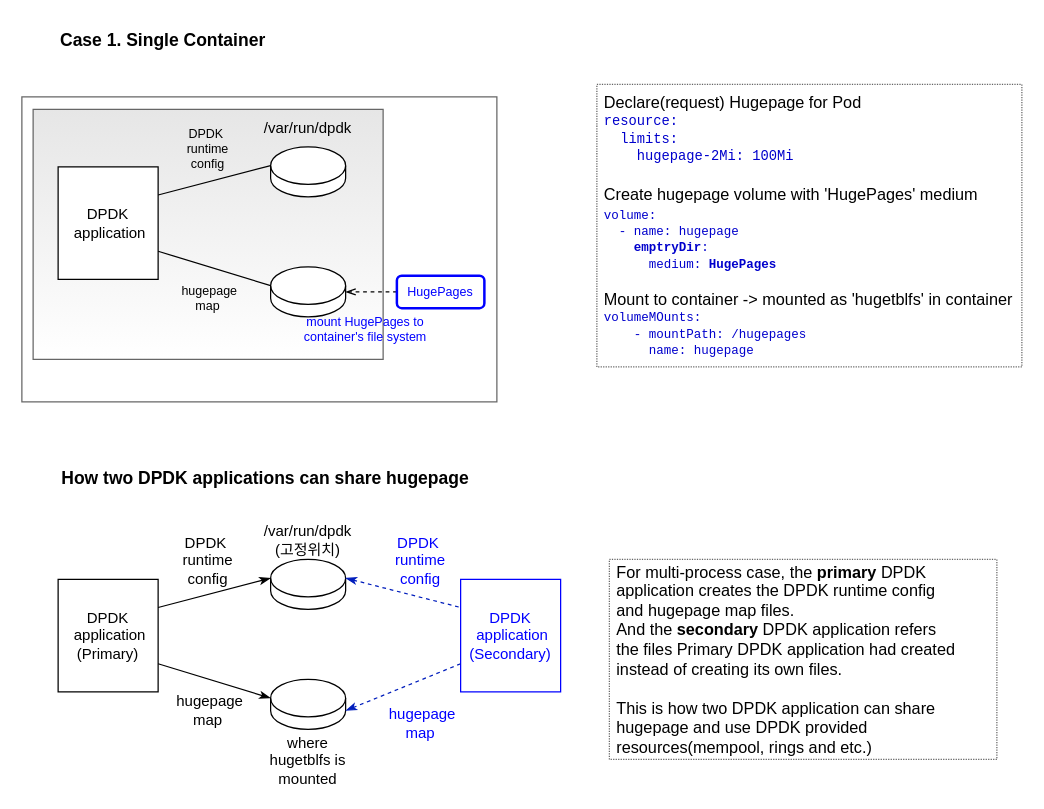
This is page "How to run DPDK in a k8s" (3 of 3) of dpdk multi-process.drawio from cychong47/how-to-share-hugepage-in-k8s, a draw.io file, before an edit. Source tidied: cells renumbered, new cells numbered last; positions are measured from the earlier drawing's top-left corner, leaving out a move shared by most shapes. Both pictures are drawn from the tidied source at 125%, with x=0, y=0 at pixel (21, 21).
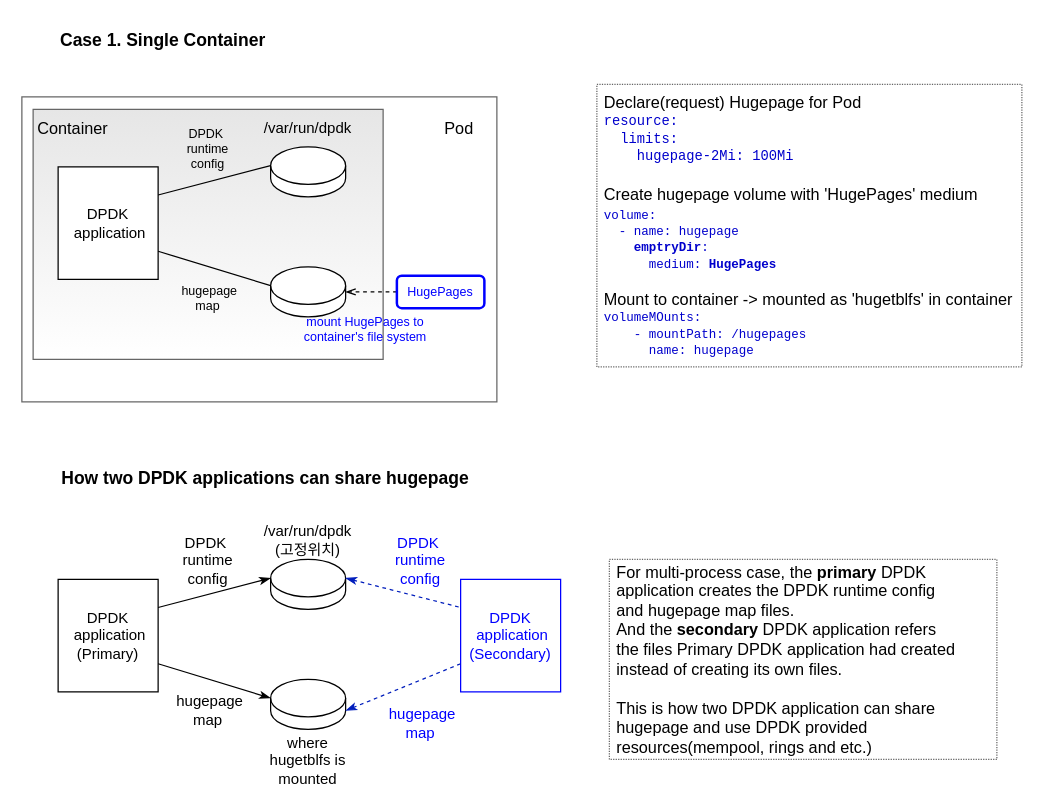
The same diagram, later.

Commit message:
Add single-container case in k8s

Diff of the diagram source:
```diff
@@
+    <mxCell id="33" value="&lt;font face=&quot;Helvetica&quot; color=&quot;#000000&quot; size=&quot;1&quot;&gt;&lt;span style=&quot;font-size: 13px&quot;&gt;Pod&lt;/span&gt;&lt;/font&gt;" style="text;html=1;strokeColor=none;fillColor=none;align=center;verticalAlign=middle;whiteSpace=wrap;rounded=0;shadow=1;glass=0;sketch=0;fontFamily=Courier New;fontSize=10;fontColor=#0000CC;" parent="1" vertex="1">
+      <mxGeometry x="320" y="70" width="60" height="30" as="geometry" />
+    </mxCell>
+    <mxCell id="34" value="&lt;font face=&quot;Helvetica&quot; color=&quot;#000000&quot; size=&quot;1&quot;&gt;&lt;span style=&quot;font-size: 13px&quot;&gt;Container&lt;/span&gt;&lt;/font&gt;" style="text;html=1;strokeColor=none;fillColor=none;align=center;verticalAlign=middle;whiteSpace=wrap;rounded=0;shadow=1;glass=0;sketch=0;fontFamily=Courier New;fontSize=10;fontColor=#0000CC;" parent="1" vertex="1">
+      <mxGeometry x="11" y="70" width="60" height="30" as="geometry" />
+    </mxCell>
```
